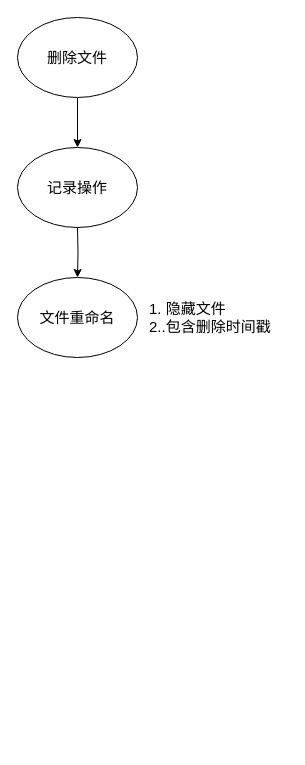
Earlier version of the draw.io diagram garbage collection.drawio (ywq1113/scripts). Source tidied: cells renumbered, new cells numbered last; positions are measured from the earlier drawing's top-left corner, leaving out a move shared by most shapes. Both pictures are drawn from the tidied source at 100%, with x=0, y=0 at pixel (17, 17).
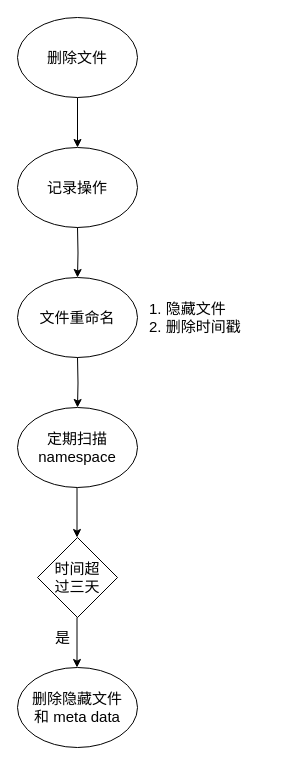
The same diagram, later.

The edit, as a diff of the source:
```diff
@@
 <mxGraphModel>
   <root>
     <mxCell id="0" />
     <mxCell id="1" parent="0" />
     <mxCell id="2" style="edgeStyle=orthogonalEdgeStyle;rounded=0;jettySize=auto;html=1;" parent="1" edge="1" source="3" target="4">
       <mxGeometry relative="1" as="geometry" />
     </mxCell>
     <mxCell id="3" value="&lt;font style=&quot;font-size: 15px&quot;&gt;删除文件&lt;/font&gt;" style="ellipse;whiteSpace=wrap;html=1;" parent="1" vertex="1">
       <mxGeometry width="120" height="80" as="geometry" />
     </mxCell>
     <mxCell id="4" value="&lt;font style=&quot;font-size: 15px&quot;&gt;记录操作&lt;/font&gt;" style="ellipse;whiteSpace=wrap;html=1;" parent="1" vertex="1">
       <mxGeometry y="130" width="120" height="80" as="geometry" />
     </mxCell>
     <mxCell id="5" style="edgeStyle=orthogonalEdgeStyle;rounded=0;jettySize=auto;html=1;" parent="1" edge="1" target="6">
       <mxGeometry relative="1" as="geometry">
         <mxPoint x="60" y="210" as="sourcePoint" />
       </mxGeometry>
     </mxCell>
     <mxCell id="6" value="&lt;font style=&quot;font-size: 15px&quot;&gt;文件重命名&lt;/font&gt;" style="ellipse;whiteSpace=wrap;html=1;" parent="1" vertex="1">
       <mxGeometry y="260" width="120" height="80" as="geometry" />
     </mxCell>
-    <mxCell id="7" value="&lt;font style=&quot;font-size: 15px&quot;&gt;1. 隐藏文件&lt;br&gt;2..包含删除时间戳&lt;/font&gt;" style="text;html=1;align=left;verticalAlign=middle;" parent="1" vertex="1">
-      <mxGeometry x="130" y="280" width="140" height="40" as="geometry" />
+    <mxCell id="7" value="&lt;font style=&quot;font-size: 15px&quot;&gt;1. 隐藏文件&lt;br&gt;2. 删除时间戳&lt;/font&gt;" style="text;html=1;align=left;verticalAlign=middle;" parent="1" vertex="1">
+      <mxGeometry x="130" y="280" width="110" height="40" as="geometry" />
     </mxCell>
+    <mxCell id="8" style="edgeStyle=orthogonalEdgeStyle;rounded=0;jettySize=auto;html=1;" parent="1" edge="1" target="9">
+      <mxGeometry relative="1" as="geometry">
+        <mxPoint x="60" y="340" as="sourcePoint" />
+      </mxGeometry>
+    </mxCell>
+    <mxCell id="9" value="&lt;span style=&quot;font-size: 15px&quot;&gt;定期扫描 namespace&lt;/span&gt;" style="ellipse;whiteSpace=wrap;html=1;" parent="1" vertex="1">
+      <mxGeometry y="390" width="120" height="80" as="geometry" />
+    </mxCell>
+    <mxCell id="10" value="&lt;font style=&quot;font-size: 15px&quot;&gt;时间超&lt;br&gt;过三天&lt;/font&gt;" style="rhombus;whiteSpace=wrap;html=1;" parent="1" vertex="1">
+      <mxGeometry x="20" y="520" width="80" height="80" as="geometry" />
+    </mxCell>
+    <mxCell id="11" style="edgeStyle=orthogonalEdgeStyle;rounded=0;orthogonalLoop=1;jettySize=auto;html=1;" parent="1" edge="1">
+      <mxGeometry relative="1" as="geometry">
+        <mxPoint x="59.5" y="470" as="sourcePoint" />
+        <mxPoint x="59.5" y="520" as="targetPoint" />
+      </mxGeometry>
+    </mxCell>
+    <mxCell id="12" style="edgeStyle=orthogonalEdgeStyle;rounded=0;orthogonalLoop=1;jettySize=auto;html=1;" parent="1" edge="1">
+      <mxGeometry relative="1" as="geometry">
+        <mxPoint x="59.5" y="600" as="sourcePoint" />
+        <mxPoint x="59.5" y="650" as="targetPoint" />
+      </mxGeometry>
+    </mxCell>
+    <mxCell id="13" value="&lt;font style=&quot;font-size: 15px&quot;&gt;是&lt;/font&gt;" style="text;html=1;align=center;verticalAlign=middle;" parent="1" vertex="1">
+      <mxGeometry x="30" y="610" width="30" height="20" as="geometry" />
+    </mxCell>
+    <mxCell id="14" value="&lt;span style=&quot;font-size: 15px&quot;&gt;删除隐藏文件&lt;br&gt;和 meta data&lt;/span&gt;" style="ellipse;whiteSpace=wrap;html=1;" parent="1" vertex="1">
+      <mxGeometry y="650" width="120" height="80" as="geometry" />
+    </mxCell>
   </root>
 </mxGraphModel>
```
